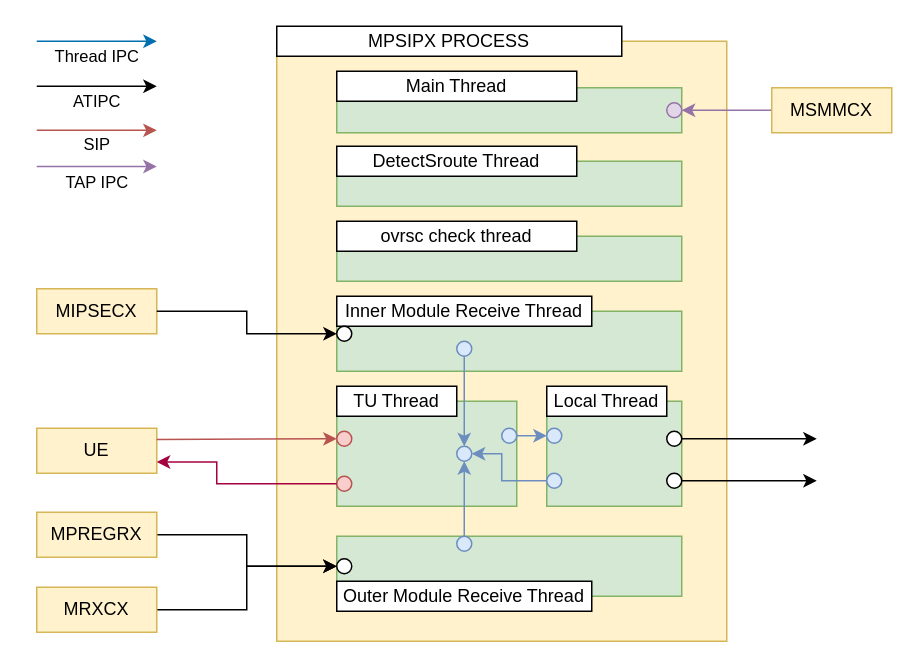
Above: page "MPSIPX" (1 of 5) of MPSIPX.drawio in JaeHyeon774/NEWTIL (draw.io), before the change. Source tidied: cells renumbered, new cells numbered last; positions are measured from the earlier drawing's top-left corner, leaving out a move shared by most shapes. Both pictures are drawn from the tidied source at 150%, with x=0, y=0 at pixel (36, 26).
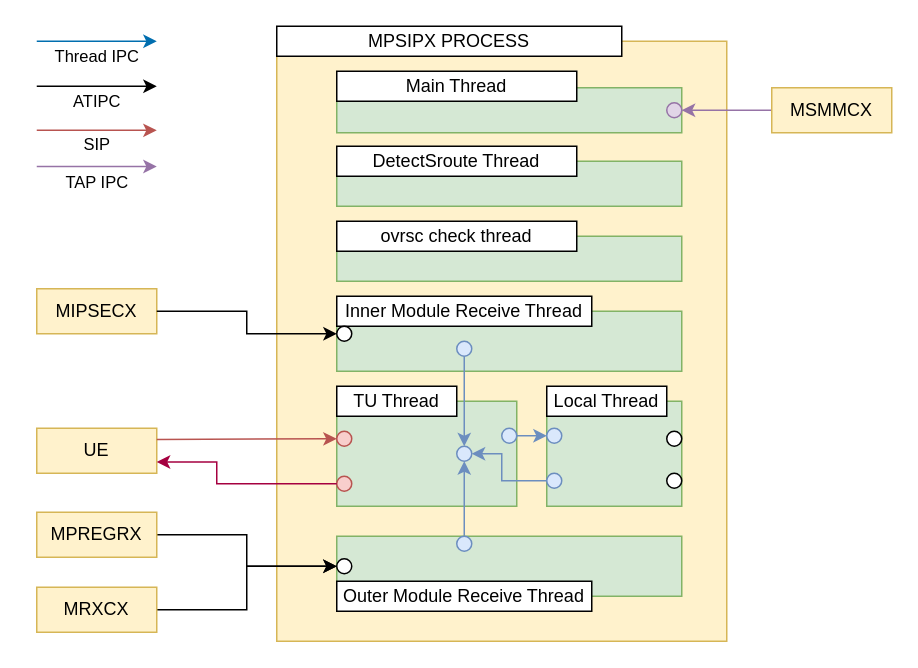
After the change.

The change refers to these unchanged cells:
```xml
<mxCell id="40" style="ellipse;whiteSpace=wrap;html=1;" parent="1" vertex="1">
  <mxGeometry x="420" y="270" width="10" height="10" as="geometry" />
</mxCell>
<mxCell id="51" style="ellipse;whiteSpace=wrap;html=1;" parent="1" vertex="1">
  <mxGeometry x="420" y="298" width="10" height="10" as="geometry" />
</mxCell>
```

Change to the diagram source:
```diff
@@
-    <mxCell id="21" style="edgeStyle=orthogonalEdgeStyle;rounded=0;jettySize=auto;html=1;exitX=1;exitY=0.5;exitDx=0;exitDy=0;" parent="1" edge="1" source="40">
-      <mxGeometry relative="1" as="geometry">
-        <mxPoint x="520" y="275" as="targetPoint" />
-      </mxGeometry>
-    </mxCell>
@@
-    <mxCell id="50" style="edgeStyle=orthogonalEdgeStyle;rounded=0;jettySize=auto;html=1;exitX=1;exitY=0.5;exitDx=0;exitDy=0;" parent="1" edge="1" source="51">
-      <mxGeometry relative="1" as="geometry">
-        <mxPoint x="520" y="303" as="targetPoint" />
-      </mxGeometry>
-    </mxCell>
```
